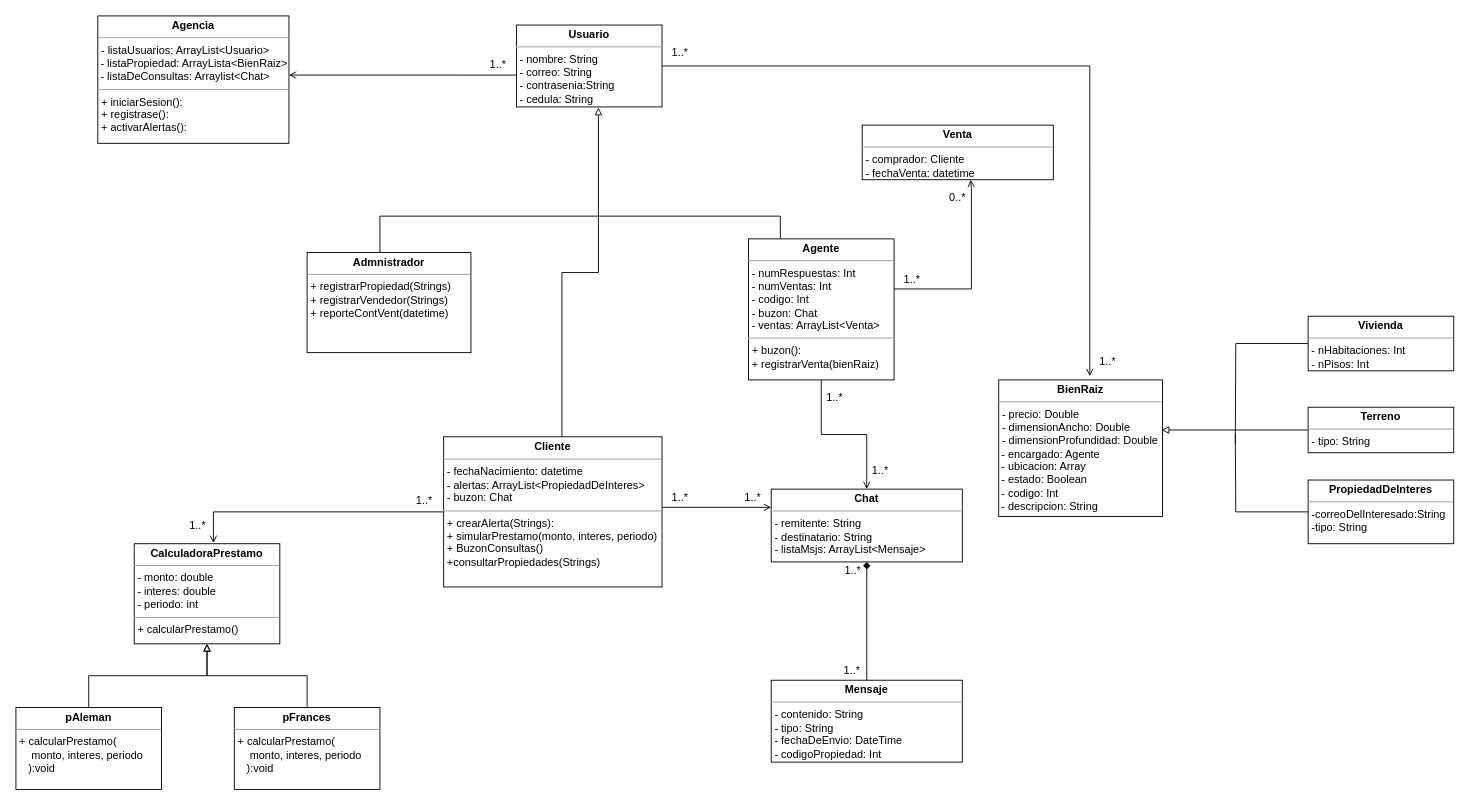
Earlier version of the draw.io diagram ProyectoDocs/Untitled Diagram.drawio (KBalseca/Proyecto_POO). Source tidied: cells renumbered, new cells numbered last; positions are measured from the earlier drawing's top-left corner, leaving out a move shared by most shapes. Both pictures are drawn from the tidied source at 91%, with x=0, y=0 at pixel (15, 15).
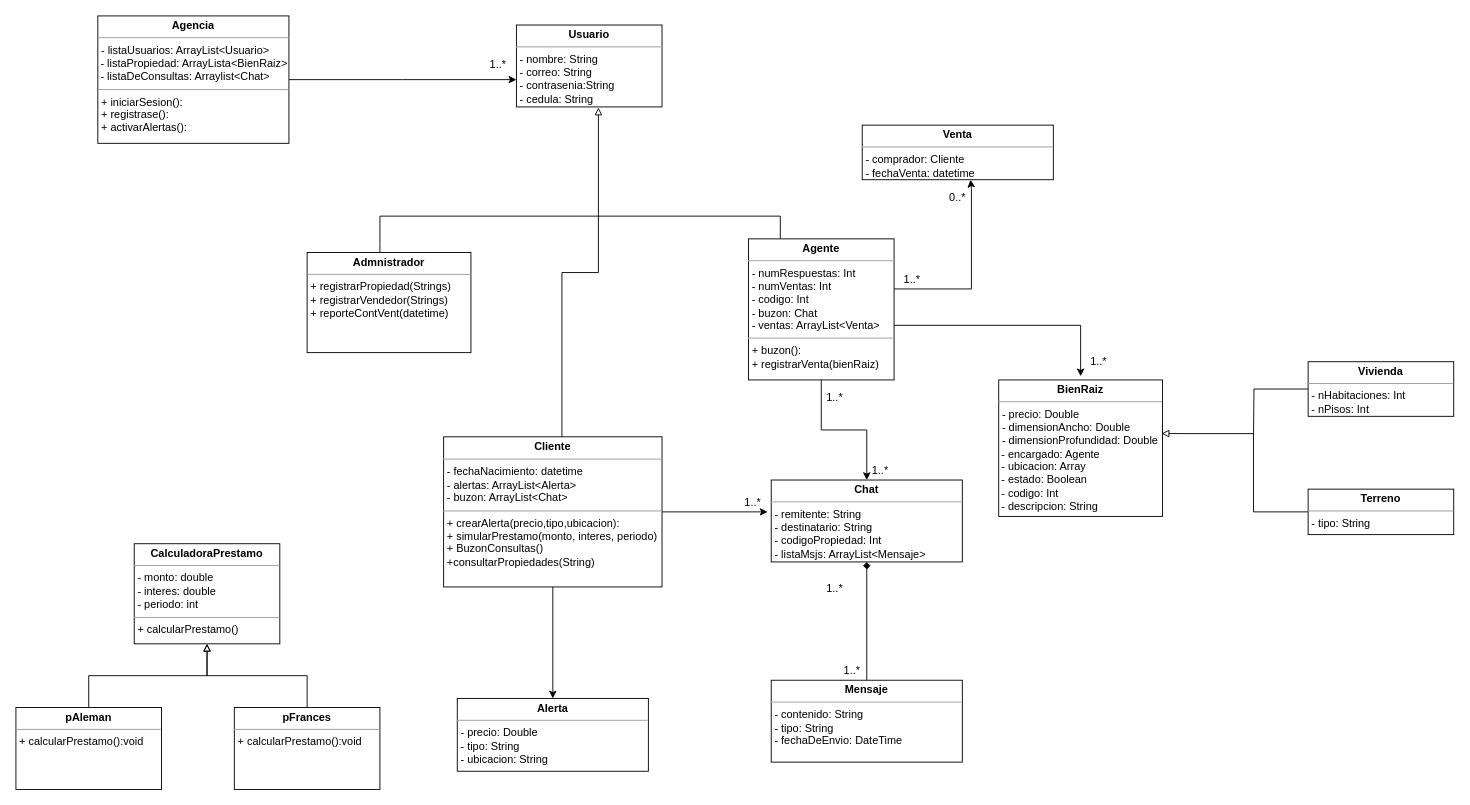
Above is the later version.

Commit message:
Correcion del diagrama tras primer reporte

Unchanged cells that the change refers to:
```xml
<mxCell id="5" value="&lt;p style=&quot;margin: 0px ; margin-top: 4px ; text-align: center&quot;&gt;&lt;b&gt;Agente&lt;/b&gt;&lt;/p&gt;&lt;hr size=&quot;1&quot;&gt;&lt;p style=&quot;margin: 0px ; margin-left: 4px&quot;&gt;- numRespuestas: Int&lt;/p&gt;&lt;p style=&quot;margin: 0px ; margin-left: 4px&quot;&gt;- numVentas: Int&lt;/p&gt;&lt;p style=&quot;margin: 0px ; margin-left: 4px&quot;&gt;- codigo: Int&lt;/p&gt;&lt;p style=&quot;margin: 0px ; margin-left: 4px&quot;&gt;- buzon: Chat&lt;/p&gt;&lt;p style=&quot;margin: 0px ; margin-left: 4px&quot;&gt;- ventas: ArrayList&amp;lt;Venta&amp;gt;&lt;/p&gt;&lt;hr size=&quot;1&quot;&gt;&lt;p style=&quot;margin: 0px ; margin-left: 4px&quot;&gt;+ buzon()&lt;span&gt;:&amp;nbsp;&lt;/span&gt;&lt;/p&gt;&lt;p style=&quot;margin: 0px ; margin-left: 4px&quot;&gt;&lt;span&gt;+ registrarVenta(bienRaiz)&lt;/span&gt;&lt;/p&gt;" style="verticalAlign=top;align=left;overflow=fill;fontSize=12;fontFamily=Helvetica;html=1;" parent="1" vertex="1">
  <mxGeometry x="805" y="245" width="160" height="155" as="geometry" />
</mxCell>
<mxCell id="10" value="&lt;p style=&quot;margin: 0px ; margin-top: 4px ; text-align: center&quot;&gt;&lt;b&gt;Usuario&lt;/b&gt;&lt;/p&gt;&lt;hr size=&quot;1&quot;&gt;&lt;p style=&quot;margin: 0px ; margin-left: 4px&quot;&gt;- nombre: String&lt;/p&gt;&lt;p style=&quot;margin: 0px ; margin-left: 4px&quot;&gt;- correo: String&lt;/p&gt;&lt;p style=&quot;margin: 0px ; margin-left: 4px&quot;&gt;- contrasenia:String&lt;/p&gt;&lt;p style=&quot;margin: 0px ; margin-left: 4px&quot;&gt;- cedula: String&lt;/p&gt;&lt;hr size=&quot;1&quot;&gt;&lt;p style=&quot;margin: 0px ; margin-left: 4px&quot;&gt;&lt;br&gt;&lt;/p&gt;" style="verticalAlign=top;align=left;overflow=fill;fontSize=12;fontFamily=Helvetica;html=1;" parent="1" vertex="1">
  <mxGeometry x="550" y="10" width="160" height="90" as="geometry" />
</mxCell>
<mxCell id="15" value="&lt;p style=&quot;margin: 0px ; margin-top: 4px ; text-align: center&quot;&gt;&lt;b&gt;BienRaiz&lt;/b&gt;&lt;/p&gt;&lt;hr size=&quot;1&quot;&gt;&lt;p style=&quot;margin: 0px ; margin-left: 4px&quot;&gt;- precio: Double&lt;/p&gt;&lt;p style=&quot;margin: 0px ; margin-left: 4px&quot;&gt;- dimensionAncho: Double&lt;/p&gt;&lt;p style=&quot;margin: 0px ; margin-left: 4px&quot;&gt;- dimensionProfundidad: Double&lt;/p&gt;&amp;nbsp;- encargado: Agente&lt;br&gt;&amp;nbsp;- ubicacion: Array&lt;br&gt;&amp;nbsp;- estado: Boolean&lt;br&gt;&amp;nbsp;- codigo: Int&lt;br&gt;&amp;nbsp;- descripcion: String&lt;br&gt;&lt;hr size=&quot;1&quot;&gt;&lt;p style=&quot;margin: 0px ; margin-left: 4px&quot;&gt;&lt;br&gt;&lt;/p&gt;" style="verticalAlign=top;align=left;overflow=fill;fontSize=12;fontFamily=Helvetica;html=1;" parent="1" vertex="1">
  <mxGeometry x="1080" y="400" width="180" height="150" as="geometry" />
</mxCell>
<mxCell id="16" value="&lt;p style=&quot;margin: 0px ; margin-top: 4px ; text-align: center&quot;&gt;&lt;b&gt;Agencia&lt;/b&gt;&lt;/p&gt;&lt;hr size=&quot;1&quot;&gt;&lt;p style=&quot;margin: 0px ; margin-left: 4px&quot;&gt;- listaUsuarios: ArrayList&amp;lt;Usuario&amp;gt;&lt;/p&gt;&amp;nbsp;- listaPropiedad: ArrayLista&amp;lt;BienRaiz&amp;gt;&lt;br&gt;&amp;nbsp;- listaDeConsultas: Arraylist&amp;lt;Chat&amp;gt;&lt;br&gt;&lt;hr size=&quot;1&quot;&gt;&lt;p style=&quot;margin: 0px ; margin-left: 4px&quot;&gt;+ iniciarSesion():&lt;/p&gt;&lt;p style=&quot;margin: 0px ; margin-left: 4px&quot;&gt;+ registrase():&lt;/p&gt;&lt;p style=&quot;margin: 0px ; margin-left: 4px&quot;&gt;+ activarAlertas():&lt;br&gt;&lt;/p&gt;" style="verticalAlign=top;align=left;overflow=fill;fontSize=12;fontFamily=Helvetica;html=1;" parent="1" vertex="1">
  <mxGeometry x="90" width="210" height="140" as="geometry" />
</mxCell>
<mxCell id="17" value="&lt;p style=&quot;margin: 0px ; margin-top: 4px ; text-align: center&quot;&gt;&lt;b&gt;CalculadoraPrestamo&lt;/b&gt;&lt;/p&gt;&lt;hr size=&quot;1&quot;&gt;&lt;p style=&quot;margin: 0px ; margin-left: 4px&quot;&gt;- monto: double&lt;/p&gt;&lt;p style=&quot;margin: 0px ; margin-left: 4px&quot;&gt;- interes: double&lt;/p&gt;&lt;p style=&quot;margin: 0px ; margin-left: 4px&quot;&gt;- periodo: int&lt;/p&gt;&lt;hr size=&quot;1&quot;&gt;&lt;p style=&quot;margin: 0px 0px 0px 4px&quot;&gt;+ calcularPrestamo()&lt;/p&gt;&lt;div&gt;&lt;br&gt;&lt;/div&gt;" style="verticalAlign=top;align=left;overflow=fill;fontSize=12;fontFamily=Helvetica;html=1;" parent="1" vertex="1">
  <mxGeometry x="130" y="580" width="160" height="110" as="geometry" />
</mxCell>
<mxCell id="25" value="&lt;p style=&quot;margin: 0px ; margin-top: 4px ; text-align: center&quot;&gt;&lt;b&gt;Venta&lt;/b&gt;&lt;/p&gt;&lt;hr size=&quot;1&quot;&gt;&lt;p style=&quot;margin: 0px 0px 0px 4px&quot;&gt;- comprador: Cliente&lt;/p&gt;&lt;p style=&quot;margin: 0px 0px 0px 4px&quot;&gt;- fechaVenta: datetime&lt;/p&gt;" style="verticalAlign=top;align=left;overflow=fill;fontSize=12;fontFamily=Helvetica;html=1;" parent="1" vertex="1">
  <mxGeometry x="930" y="120" width="210" height="60" as="geometry" />
</mxCell>
```

Change to the diagram source:
```diff
@@
-    <mxCell id="3" style="edgeStyle=orthogonalEdgeStyle;rounded=0;jettySize=auto;html=1;endArrow=open;endFill=0;entryX=0.567;entryY=1;entryDx=0;entryDy=0;entryPerimeter=0;" parent="1" edge="1" source="5" target="25">
+    <mxCell id="3" style="edgeStyle=orthogonalEdgeStyle;rounded=0;jettySize=auto;html=1;endArrow=classic;endFill=1;entryX=0.567;entryY=1;entryDx=0;entryDy=0;entryPerimeter=0;" parent="1" edge="1" source="5" target="25">
       <mxGeometry relative="1" as="geometry">
         <Array as="points">
           <mxPoint x="1050" y="300" />
           <mxPoint x="1050" y="190" />
         </Array>
       </mxGeometry>
     </mxCell>
-    <mxCell id="4" style="edgeStyle=orthogonalEdgeStyle;rounded=0;sketch=0;jettySize=auto;html=1;exitX=0.5;exitY=1;exitDx=0;exitDy=0;endArrow=open;endFill=0;align=center;" parent="1" edge="1" source="5" target="32">
+    <mxCell id="4" style="edgeStyle=orthogonalEdgeStyle;rounded=0;sketch=0;jettySize=auto;html=1;exitX=0.5;exitY=1;exitDx=0;exitDy=0;endArrow=classic;endFill=1;align=center;" parent="1" edge="1" source="5" target="32">
       <mxGeometry relative="1" as="geometry" />
     </mxCell>
+    <mxCell id="47" style="edgeStyle=orthogonalEdgeStyle;rounded=0;jettySize=auto;html=1;" parent="1" edge="1" source="5">
+      <mxGeometry relative="1" as="geometry">
+        <mxPoint x="1170" y="396" as="targetPoint" />
+        <Array as="points">
+          <mxPoint x="1170" y="340" />
+          <mxPoint x="1170" y="396" />
+        </Array>
+      </mxGeometry>
+    </mxCell>
@@
-    <mxCell id="8" style="edgeStyle=orthogonalEdgeStyle;rounded=0;jettySize=auto;html=1;entryX=1;entryY=0.464;entryDx=0;entryDy=0;entryPerimeter=0;endArrow=open;endFill=0;align=center;sketch=0;" parent="1" edge="1" source="10" target="16">
-      <mxGeometry relative="1" as="geometry">
-        <Array as="points">
-          <mxPoint x="490" y="65" />
-          <mxPoint x="490" y="65" />
-        </Array>
-      </mxGeometry>
-    </mxCell>
-    <mxCell id="9" style="edgeStyle=orthogonalEdgeStyle;rounded=0;jettySize=auto;html=1;entryX=0.556;entryY=-0.027;entryDx=0;entryDy=0;entryPerimeter=0;endArrow=open;endFill=0;" parent="1" edge="1" source="10" target="15">
-      <mxGeometry relative="1" as="geometry">
-        <Array as="points">
-          <mxPoint x="1180" y="55" />
-        </Array>
-      </mxGeometry>
-    </mxCell>
@@
-    <mxCell id="12" style="edgeStyle=orthogonalEdgeStyle;rounded=0;jettySize=auto;html=1;entryX=0.544;entryY=-0.007;entryDx=0;entryDy=0;entryPerimeter=0;endArrow=open;endFill=0;" parent="1" edge="1" source="14" target="17">
-      <mxGeometry relative="1" as="geometry" />
-    </mxCell>
-    <mxCell id="13" style="edgeStyle=orthogonalEdgeStyle;rounded=0;jettySize=auto;html=1;entryX=0;entryY=0.25;entryDx=0;entryDy=0;endArrow=open;endFill=0;" parent="1" edge="1" source="14" target="32">
-      <mxGeometry relative="1" as="geometry">
-        <Array as="points">
-          <mxPoint x="720" y="540" />
-          <mxPoint x="720" y="540" />
-        </Array>
-      </mxGeometry>
-    </mxCell>
+    <mxCell id="48" style="edgeStyle=orthogonalEdgeStyle;rounded=0;jettySize=auto;html=1;entryX=0.5;entryY=0;entryDx=0;entryDy=0;endArrow=classic;endFill=1;" parent="1" edge="1" source="14" target="52">
+      <mxGeometry relative="1" as="geometry" />
+    </mxCell>
+    <mxCell id="49" style="edgeStyle=orthogonalEdgeStyle;rounded=0;jettySize=auto;html=1;endArrow=classic;endFill=1;" parent="1" edge="1" source="14">
+      <mxGeometry relative="1" as="geometry">
+        <mxPoint x="826" y="545" as="targetPoint" />
+      </mxGeometry>
+    </mxCell>
-    <mxCell id="14" value="&lt;p style=&quot;margin: 0px ; margin-top: 4px ; text-align: center&quot;&gt;&lt;b&gt;Cliente&lt;/b&gt;&lt;/p&gt;&lt;hr size=&quot;1&quot;&gt;&lt;p style=&quot;margin: 0px 0px 0px 4px&quot;&gt;- fechaNacimiento: datetime&lt;/p&gt;&lt;p style=&quot;margin: 0px 0px 0px 4px&quot;&gt;- alertas: ArrayList&amp;lt;&lt;span&gt;PropiedadDeInteres&lt;/span&gt;&lt;span&gt;&amp;gt;&lt;/span&gt;&lt;/p&gt;&lt;p style=&quot;margin: 0px 0px 0px 4px&quot;&gt;&lt;span&gt;- buzon: Chat&lt;/span&gt;&lt;/p&gt;&lt;hr size=&quot;1&quot;&gt;&lt;p style=&quot;margin: 0px ; margin-left: 4px&quot;&gt;+ crearAlerta(Strings)&lt;span&gt;:&amp;nbsp;&lt;/span&gt;&lt;/p&gt;&lt;p style=&quot;margin: 0px ; margin-left: 4px&quot;&gt;&lt;span&gt;+ simularPrestamo(&lt;/span&gt;&lt;span&gt;monto, interes, periodo&lt;/span&gt;&lt;span&gt;)&lt;/span&gt;&lt;/p&gt;&lt;p style=&quot;margin: 0px ; margin-left: 4px&quot;&gt;&lt;span&gt;+ BuzonConsultas()&lt;/span&gt;&lt;/p&gt;&lt;p style=&quot;margin: 0px ; margin-left: 4px&quot;&gt;&lt;span&gt;+consultarPropiedades(Strings)&lt;/span&gt;&lt;/p&gt;" style="verticalAlign=top;align=left;overflow=fill;fontSize=12;fontFamily=Helvetica;html=1;" parent="1" vertex="1">
+    <mxCell id="14" value="&lt;p style=&quot;margin: 0px ; margin-top: 4px ; text-align: center&quot;&gt;&lt;b&gt;Cliente&lt;/b&gt;&lt;/p&gt;&lt;hr size=&quot;1&quot;&gt;&lt;p style=&quot;margin: 0px 0px 0px 4px&quot;&gt;- fechaNacimiento: datetime&lt;/p&gt;&lt;p style=&quot;margin: 0px 0px 0px 4px&quot;&gt;- alertas: ArrayList&amp;lt;Alerta&lt;span&gt;&amp;gt;&lt;/span&gt;&lt;/p&gt;&lt;p style=&quot;margin: 0px 0px 0px 4px&quot;&gt;&lt;span&gt;- buzon: ArrayList&amp;lt;Chat&amp;gt;&lt;/span&gt;&lt;/p&gt;&lt;hr size=&quot;1&quot;&gt;&lt;p style=&quot;margin: 0px ; margin-left: 4px&quot;&gt;+ crearAlerta(precio,tipo,ubicacion)&lt;span&gt;:&amp;nbsp;&lt;/span&gt;&lt;/p&gt;&lt;p style=&quot;margin: 0px ; margin-left: 4px&quot;&gt;&lt;span&gt;+ simularPrestamo(&lt;/span&gt;&lt;span&gt;monto, interes, periodo&lt;/span&gt;&lt;span&gt;)&lt;/span&gt;&lt;/p&gt;&lt;p style=&quot;margin: 0px ; margin-left: 4px&quot;&gt;&lt;span&gt;+ BuzonConsultas()&lt;/span&gt;&lt;/p&gt;&lt;p style=&quot;margin: 0px ; margin-left: 4px&quot;&gt;&lt;span&gt;+consultarPropiedades(String)&lt;/span&gt;&lt;/p&gt;" style="verticalAlign=top;align=left;overflow=fill;fontSize=12;fontFamily=Helvetica;html=1;" parent="1" vertex="1">
       <mxGeometry x="470" y="462.5" width="240" height="165" as="geometry" />
     </mxCell>
@@
+    <mxCell id="50" style="edgeStyle=orthogonalEdgeStyle;rounded=0;jettySize=auto;html=1;" parent="1" edge="1" source="16">
+      <mxGeometry relative="1" as="geometry">
+        <mxPoint x="550" y="70" as="targetPoint" />
+      </mxGeometry>
+    </mxCell>
@@
-    <mxCell id="19" value="&lt;p style=&quot;margin: 0px ; margin-top: 4px ; text-align: center&quot;&gt;&lt;b&gt;pFrances&lt;/b&gt;&lt;/p&gt;&lt;hr size=&quot;1&quot;&gt;&lt;p style=&quot;margin: 0px ; margin-left: 4px&quot;&gt;&lt;/p&gt;&lt;p style=&quot;margin: 0px 0px 0px 4px&quot;&gt;+ calcularPrestamo(&lt;/p&gt;&lt;p style=&quot;margin: 0px 0px 0px 4px&quot;&gt;&amp;nbsp; &amp;nbsp; monto, interes, periodo&lt;/p&gt;&lt;p style=&quot;margin: 0px 0px 0px 4px&quot;&gt;&amp;nbsp; &amp;nbsp;):void&lt;/p&gt;" style="verticalAlign=top;align=left;overflow=fill;fontSize=12;fontFamily=Helvetica;html=1;" parent="1" vertex="1">
+    <mxCell id="19" value="&lt;p style=&quot;margin: 0px ; margin-top: 4px ; text-align: center&quot;&gt;&lt;b&gt;pFrances&lt;/b&gt;&lt;/p&gt;&lt;hr size=&quot;1&quot;&gt;&lt;p style=&quot;margin: 0px ; margin-left: 4px&quot;&gt;&lt;/p&gt;&lt;p style=&quot;margin: 0px 0px 0px 4px&quot;&gt;+ calcularPrestamo(&lt;span&gt;):void&lt;/span&gt;&lt;/p&gt;" style="verticalAlign=top;align=left;overflow=fill;fontSize=12;fontFamily=Helvetica;html=1;" parent="1" vertex="1">
       <mxGeometry x="240" y="760" width="160" height="90" as="geometry" />
     </mxCell>
@@
-    <mxCell id="21" value="&lt;p style=&quot;margin: 0px ; margin-top: 4px ; text-align: center&quot;&gt;&lt;b&gt;pAleman&lt;/b&gt;&lt;/p&gt;&lt;hr size=&quot;1&quot;&gt;&lt;p style=&quot;margin: 0px ; margin-left: 4px&quot;&gt;&lt;/p&gt;&lt;p style=&quot;margin: 0px ; margin-left: 4px&quot;&gt;+ calcularPrestamo(&lt;/p&gt;&lt;p style=&quot;margin: 0px ; margin-left: 4px&quot;&gt;&amp;nbsp; &amp;nbsp; monto, interes, periodo&lt;/p&gt;&lt;p style=&quot;margin: 0px ; margin-left: 4px&quot;&gt;&amp;nbsp; &amp;nbsp;):void&lt;/p&gt;" style="verticalAlign=top;align=left;overflow=fill;fontSize=12;fontFamily=Helvetica;html=1;" parent="1" vertex="1">
+    <mxCell id="21" value="&lt;p style=&quot;margin: 0px ; margin-top: 4px ; text-align: center&quot;&gt;&lt;b&gt;pAleman&lt;/b&gt;&lt;/p&gt;&lt;hr size=&quot;1&quot;&gt;&lt;p style=&quot;margin: 0px ; margin-left: 4px&quot;&gt;&lt;/p&gt;&lt;p style=&quot;margin: 0px ; margin-left: 4px&quot;&gt;+ calcularPrestamo(&lt;span&gt;):void&lt;/span&gt;&lt;/p&gt;" style="verticalAlign=top;align=left;overflow=fill;fontSize=12;fontFamily=Helvetica;html=1;" parent="1" vertex="1">
       <mxGeometry y="760" width="160" height="90" as="geometry" />
     </mxCell>
@@
-    <mxCell id="24" value="&lt;p style=&quot;margin: 0px ; margin-top: 4px ; text-align: center&quot;&gt;&lt;b&gt;Mensaje&lt;/b&gt;&lt;/p&gt;&lt;hr size=&quot;1&quot;&gt;&lt;p style=&quot;margin: 0px 0px 0px 4px&quot;&gt;&lt;span&gt;- contenido: String&lt;/span&gt;&lt;br&gt;&lt;/p&gt;&lt;p style=&quot;margin: 0px 0px 0px 4px&quot;&gt;- tipo: String&lt;/p&gt;&lt;p style=&quot;margin: 0px 0px 0px 4px&quot;&gt;- fechaDeEnvio: DateTime&lt;/p&gt;&lt;p style=&quot;margin: 0px 0px 0px 4px&quot;&gt;- codigoPropiedad: Int&lt;/p&gt;&lt;hr size=&quot;1&quot;&gt;&lt;p style=&quot;margin: 0px ; margin-left: 4px&quot;&gt;&lt;br&gt;&lt;/p&gt;" style="verticalAlign=top;align=left;overflow=fill;fontSize=12;fontFamily=Helvetica;html=1;" parent="1" vertex="1">
+    <mxCell id="24" value="&lt;p style=&quot;margin: 0px ; margin-top: 4px ; text-align: center&quot;&gt;&lt;b&gt;Mensaje&lt;/b&gt;&lt;/p&gt;&lt;hr size=&quot;1&quot;&gt;&lt;p style=&quot;margin: 0px 0px 0px 4px&quot;&gt;&lt;span&gt;- contenido: String&lt;/span&gt;&lt;br&gt;&lt;/p&gt;&lt;p style=&quot;margin: 0px 0px 0px 4px&quot;&gt;- tipo: String&lt;/p&gt;&lt;p style=&quot;margin: 0px 0px 0px 4px&quot;&gt;- fechaDeEnvio: DateTime&lt;/p&gt;" style="verticalAlign=top;align=left;overflow=fill;fontSize=12;fontFamily=Helvetica;html=1;" parent="1" vertex="1">
       <mxGeometry x="830" y="730" width="210" height="90" as="geometry" />
     </mxCell>
@@
-    <mxCell id="26" style="edgeStyle=orthogonalEdgeStyle;rounded=0;sketch=0;jettySize=auto;html=1;entryX=0.994;entryY=0.367;entryDx=0;entryDy=0;entryPerimeter=0;endArrow=block;endFill=0;align=center;" parent="1" edge="1" source="27" target="15">
-      <mxGeometry relative="1" as="geometry" />
+    <mxCell id="26" style="edgeStyle=orthogonalEdgeStyle;rounded=0;jettySize=auto;html=1;entryX=0.994;entryY=0.393;entryDx=0;entryDy=0;entryPerimeter=0;endArrow=block;endFill=0;" parent="1" edge="1" source="27" target="15">
+      <mxGeometry relative="1" as="geometry">
+        <Array as="points">
+          <mxPoint x="1360" y="545" />
+          <mxPoint x="1360" y="459" />
+        </Array>
+      </mxGeometry>
     </mxCell>
     <mxCell id="27" value="&lt;p style=&quot;margin: 0px ; margin-top: 4px ; text-align: center&quot;&gt;&lt;b&gt;Terreno&lt;/b&gt;&lt;/p&gt;&lt;hr size=&quot;1&quot;&gt;&lt;p style=&quot;margin: 0px 0px 0px 4px&quot;&gt;- tipo: String&lt;/p&gt;&lt;hr size=&quot;1&quot;&gt;&lt;p style=&quot;margin: 0px ; margin-left: 4px&quot;&gt;&lt;br&gt;&lt;/p&gt;" style="verticalAlign=top;align=left;overflow=fill;fontSize=12;fontFamily=Helvetica;html=1;" parent="1" vertex="1">
-      <mxGeometry x="1420" y="430" width="160" height="50" as="geometry" />
+      <mxGeometry x="1420" y="520" width="160" height="50" as="geometry" />
     </mxCell>
-    <mxCell id="28" style="edgeStyle=orthogonalEdgeStyle;rounded=0;jettySize=auto;html=1;endArrow=none;endFill=0;" parent="1" edge="1" source="29">
-      <mxGeometry relative="1" as="geometry">
-        <mxPoint x="1340" y="470" as="targetPoint" />
-      </mxGeometry>
-    </mxCell>
+    <mxCell id="51" style="edgeStyle=orthogonalEdgeStyle;rounded=0;jettySize=auto;html=1;endArrow=none;endFill=0;" parent="1" edge="1" source="29">
+      <mxGeometry relative="1" as="geometry">
+        <mxPoint x="1360" y="460" as="targetPoint" />
+      </mxGeometry>
+    </mxCell>
     <mxCell id="29" value="&lt;p style=&quot;margin: 0px ; margin-top: 4px ; text-align: center&quot;&gt;&lt;b&gt;Vivienda&lt;/b&gt;&lt;/p&gt;&lt;hr size=&quot;1&quot;&gt;&lt;p style=&quot;margin: 0px 0px 0px 4px&quot;&gt;- nHabitaciones: Int&lt;/p&gt;&lt;p style=&quot;margin: 0px 0px 0px 4px&quot;&gt;- nPisos: Int&lt;/p&gt;&lt;hr size=&quot;1&quot;&gt;&lt;p style=&quot;margin: 0px ; margin-left: 4px&quot;&gt;&lt;br&gt;&lt;/p&gt;" style="verticalAlign=top;align=left;overflow=fill;fontSize=12;fontFamily=Helvetica;html=1;" parent="1" vertex="1">
-      <mxGeometry x="1420" y="330" width="160" height="60" as="geometry" />
+      <mxGeometry x="1420" y="380" width="160" height="60" as="geometry" />
     </mxCell>
-    <mxCell id="30" style="edgeStyle=orthogonalEdgeStyle;rounded=0;jettySize=auto;html=1;endArrow=none;endFill=0;" parent="1" edge="1" source="31">
-      <mxGeometry relative="1" as="geometry">
-        <mxPoint x="1340" y="460" as="targetPoint" />
-      </mxGeometry>
-    </mxCell>
-    <mxCell id="31" value="&lt;p style=&quot;margin: 0px ; margin-top: 4px ; text-align: center&quot;&gt;&lt;b&gt;PropiedadDeInteres&lt;/b&gt;&lt;/p&gt;&lt;hr size=&quot;1&quot;&gt;&lt;p style=&quot;margin: 0px ; margin-left: 4px&quot;&gt;-correoDelInteresado:String&lt;br&gt;&lt;/p&gt;&lt;p style=&quot;margin: 0px ; margin-left: 4px&quot;&gt;-tipo: String&lt;/p&gt;" style="verticalAlign=top;align=left;overflow=fill;fontSize=12;fontFamily=Helvetica;html=1;" parent="1" vertex="1">
-      <mxGeometry x="1420" y="510" width="160" height="70" as="geometry" />
-    </mxCell>
-    <mxCell id="32" value="&lt;p style=&quot;margin: 0px ; margin-top: 4px ; text-align: center&quot;&gt;&lt;b&gt;Chat&lt;/b&gt;&lt;/p&gt;&lt;hr size=&quot;1&quot;&gt;&lt;p style=&quot;margin: 0px 0px 0px 4px&quot;&gt;- remitente: String&lt;/p&gt;&lt;p style=&quot;margin: 0px 0px 0px 4px&quot;&gt;- destinatario: String&lt;/p&gt;&lt;p style=&quot;margin: 0px 0px 0px 4px&quot;&gt;- listaMsjs: ArrayList&amp;lt;Mensaje&amp;gt;&lt;/p&gt;&lt;hr size=&quot;1&quot;&gt;&lt;p style=&quot;margin: 0px ; margin-left: 4px&quot;&gt;&lt;br&gt;&lt;/p&gt;" style="verticalAlign=top;align=left;overflow=fill;fontSize=12;fontFamily=Helvetica;html=1;" parent="1" vertex="1">
-      <mxGeometry x="830" y="520" width="210" height="80" as="geometry" />
+    <mxCell id="32" value="&lt;p style=&quot;margin: 0px ; margin-top: 4px ; text-align: center&quot;&gt;&lt;b&gt;Chat&lt;/b&gt;&lt;/p&gt;&lt;hr size=&quot;1&quot;&gt;&lt;p style=&quot;margin: 0px 0px 0px 4px&quot;&gt;- remitente: String&lt;/p&gt;&lt;p style=&quot;margin: 0px 0px 0px 4px&quot;&gt;- destinatario: String&lt;/p&gt;&lt;p style=&quot;margin: 0px 0px 0px 4px&quot;&gt;- codigoPropiedad: Int&lt;/p&gt;&lt;p style=&quot;margin: 0px 0px 0px 4px&quot;&gt;- listaMsjs: ArrayList&amp;lt;Mensaje&amp;gt;&lt;/p&gt;&lt;hr size=&quot;1&quot;&gt;&lt;p style=&quot;margin: 0px ; margin-left: 4px&quot;&gt;&lt;br&gt;&lt;/p&gt;" style="verticalAlign=top;align=left;overflow=fill;fontSize=12;fontFamily=Helvetica;html=1;" parent="1" vertex="1">
+      <mxGeometry x="830" y="510" width="210" height="90" as="geometry" />
     </mxCell>
@@
-    <mxCell id="34" value="1..*" style="text;html=1;strokeColor=none;fillColor=none;align=center;verticalAlign=middle;whiteSpace=wrap;rounded=0;" parent="1" vertex="1">
-      <mxGeometry x="429" y="523" width="40" height="20" as="geometry" />
-    </mxCell>
-    <mxCell id="35" value="1..*" style="text;html=1;strokeColor=none;fillColor=none;align=center;verticalAlign=middle;whiteSpace=wrap;rounded=0;" parent="1" vertex="1">
-      <mxGeometry x="180" y="550" width="40" height="20" as="geometry" />
-    </mxCell>
     <mxCell id="36" value="1..*" style="text;html=1;strokeColor=none;fillColor=none;align=center;verticalAlign=middle;whiteSpace=wrap;rounded=0;" parent="1" vertex="1">
-      <mxGeometry x="900" y="600" width="40" height="20" as="geometry" />
+      <mxGeometry x="880" y="620" width="40" height="20" as="geometry" />
     </mxCell>
@@
-    <mxCell id="40" value="1..*" style="text;html=1;strokeColor=none;fillColor=none;align=center;verticalAlign=middle;whiteSpace=wrap;rounded=0;" parent="1" vertex="1">
-      <mxGeometry x="710" y="520" width="40" height="20" as="geometry" />
-    </mxCell>
     <mxCell id="41" value="1..*" style="text;html=1;strokeColor=none;fillColor=none;align=center;verticalAlign=middle;whiteSpace=wrap;rounded=0;" parent="1" vertex="1">
-      <mxGeometry x="790" y="520" width="40" height="20" as="geometry" />
+      <mxGeometry x="790" y="525" width="40" height="20" as="geometry" />
     </mxCell>
@@
-    <mxCell id="44" value="1..*" style="text;html=1;strokeColor=none;fillColor=none;align=center;verticalAlign=middle;whiteSpace=wrap;rounded=0;" parent="1" vertex="1">
-      <mxGeometry x="710" y="30" width="40" height="20" as="geometry" />
-    </mxCell>
     <mxCell id="45" value="1..*" style="text;html=1;strokeColor=none;fillColor=none;align=center;verticalAlign=middle;whiteSpace=wrap;rounded=0;" parent="1" vertex="1">
-      <mxGeometry x="1180" y="370" width="40" height="20" as="geometry" />
+      <mxGeometry x="1170" y="370" width="40" height="20" as="geometry" />
     </mxCell>
@@
+    <mxCell id="52" value="&lt;p style=&quot;margin: 0px ; margin-top: 4px ; text-align: center&quot;&gt;&lt;b&gt;Alerta&lt;/b&gt;&lt;/p&gt;&lt;hr size=&quot;1&quot;&gt;&lt;p style=&quot;margin: 0px 0px 0px 4px&quot;&gt;- precio: Double&lt;/p&gt;&lt;p style=&quot;margin: 0px 0px 0px 4px&quot;&gt;- tipo: String&lt;/p&gt;&lt;p style=&quot;margin: 0px 0px 0px 4px&quot;&gt;- ubicacion: String&lt;/p&gt;&lt;hr size=&quot;1&quot;&gt;&lt;p style=&quot;margin: 0px ; margin-left: 4px&quot;&gt;&lt;br&gt;&lt;/p&gt;" style="verticalAlign=top;align=left;overflow=fill;fontSize=12;fontFamily=Helvetica;html=1;" parent="1" vertex="1">
+      <mxGeometry x="485" y="750" width="210" height="80" as="geometry" />
+    </mxCell>
```
